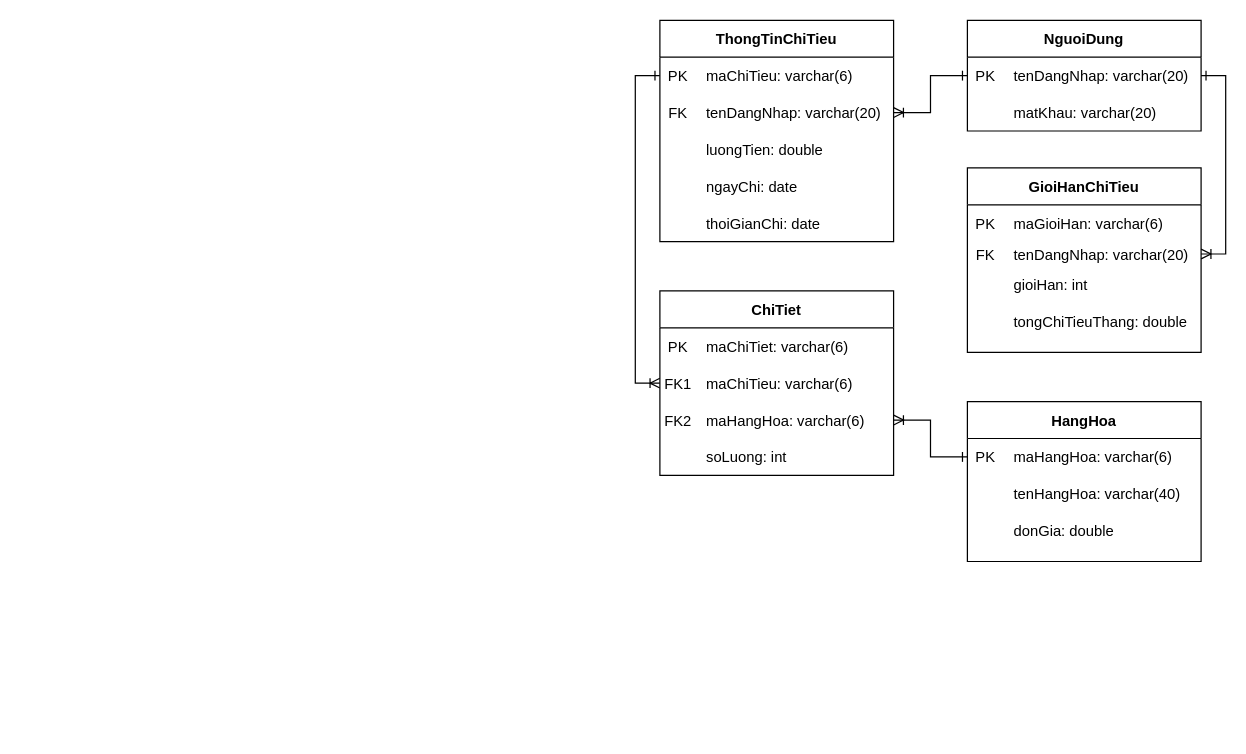
This is Diagrams/ERD.drawio from AkallHuynh/IS216.L21.HTCL-Java, a draw.io file, before an edit. Source tidied: cells renumbered, new cells numbered last; positions are measured from the earlier drawing's top-left corner, leaving out a move shared by most shapes. Both pictures are drawn from the tidied source at 123%, with x=0, y=0 at pixel (635, 20).
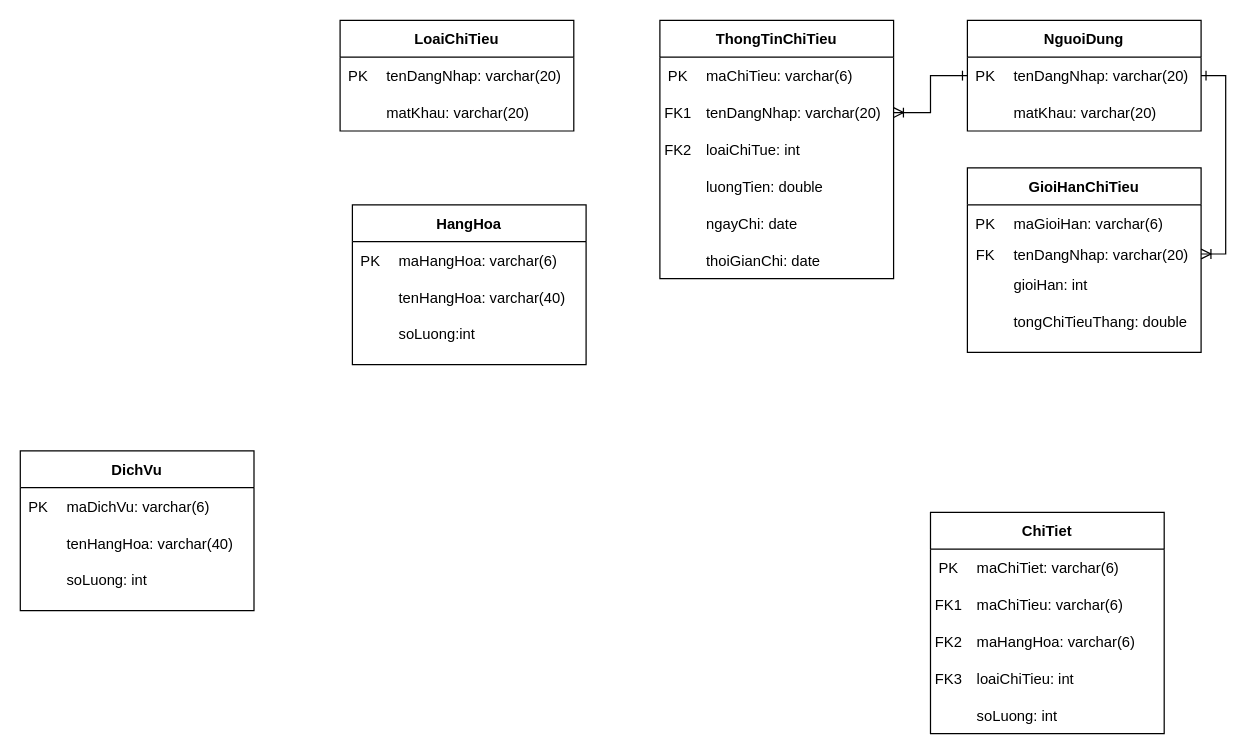
The same page after the edit.

Unchanged cells that the change refers to:
```xml
<mxCell id="5" style="shape=partialRectangle;fillColor=none;top=0;left=0;bottom=0;right=0;points=[[0,0.5],[1,0.5]];portConstraint=eastwest;" parent="4" vertex="1">
  <mxGeometry width="190" height="30" as="geometry" />
</mxCell>
<mxCell id="8" style="shape=partialRectangle;fillColor=none;top=0;left=0;bottom=0;right=0;points=[[0,0.5],[1,0.5]];portConstraint=eastwest;" parent="4" vertex="1">
  <mxGeometry y="30" width="190" height="30" as="geometry" />
</mxCell>
<mxCell id="37" style="shape=partialRectangle;fillColor=none;top=0;left=0;bottom=0;right=0;points=[[0,0.5],[1,0.5]];portConstraint=eastwest;" parent="36" vertex="1">
  <mxGeometry width="190" height="30" as="geometry" />
</mxCell>
<mxCell id="43" style="shape=partialRectangle;fillColor=none;top=0;left=0;bottom=0;right=0;" parent="36" vertex="1">
  <mxGeometry y="60" width="190" height="30" as="geometry" />
</mxCell>
<mxCell id="51" style="shape=partialRectangle;fillColor=none;top=0;left=0;bottom=0;right=0;points=[[0,0.5],[1,0.5]];portConstraint=eastwest;" parent="47" vertex="1">
  <mxGeometry y="30" width="190" height="30" as="geometry" />
</mxCell>
<mxCell id="54" style="shape=partialRectangle;fillColor=none;top=0;left=0;bottom=0;right=0;points=[[0,0.5],[1,0.5]];portConstraint=eastwest;" parent="47" vertex="1">
  <mxGeometry y="60" width="190" height="30" as="geometry" />
</mxCell>
<mxCell id="57" style="shape=partialRectangle;fillColor=none;top=0;left=0;bottom=0;right=0;" parent="47" vertex="1">
  <mxGeometry y="90" width="190" height="30" as="geometry" />
</mxCell>
```

What changed in the source:
```diff
@@
-    <mxCell id="2" style="edgeStyle=orthogonalEdgeStyle;rounded=0;jettySize=auto;html=1;endArrow=ERoneToMany;endFill=0;startArrow=ERone;startFill=0;entryX=0;entryY=0.5;entryDx=0;entryDy=0;" parent="1" edge="1" source="5" target="51">
-      <mxGeometry relative="1" as="geometry">
-        <Array as="points">
-          <mxPoint y="45" />
-          <mxPoint y="295" />
-        </Array>
-      </mxGeometry>
-    </mxCell>
     <mxCell id="3" value="ThongTinChiTieu" style="swimlane;fontStyle=1;horizontal=1;startSize=30;fillColor=#ffffff;swimlaneFillColor=#ffffff;" parent="1" vertex="1">
-      <mxGeometry x="20" width="190" height="180" as="geometry" />
+      <mxGeometry x="20" width="190" height="210" as="geometry" />
     </mxCell>
     <mxCell id="4" style="shape=table;startSize=0;childLayout=tableLayout;rowLines=0;fontStyle=0;align=center;strokeColor=none;fillColor=none;" parent="3" vertex="1">
-      <mxGeometry y="30" width="190" height="150" as="geometry" />
+      <mxGeometry y="30" width="190" height="180" as="geometry" />
     </mxCell>
@@
-    <mxCell id="9" value="FK" style="shape=partialRectangle;fillColor=none;top=0;left=0;bottom=0;right=0;overflow=hidden;" parent="8" vertex="1">
+    <mxCell id="9" value="FK1" style="shape=partialRectangle;fillColor=none;top=0;left=0;bottom=0;right=0;overflow=hidden;" parent="8" vertex="1">
       <mxGeometry width="30" height="30" as="geometry" />
     </mxCell>
@@
-    <mxCell id="11" style="shape=partialRectangle;fillColor=none;top=0;left=0;bottom=0;right=0;" parent="4" vertex="1">
-      <mxGeometry y="60" width="190" height="30" as="geometry" />
-    </mxCell>
-    <mxCell id="12" style="shape=partialRectangle;fillColor=none;top=0;left=0;bottom=0;right=0;overflow=hidden;" parent="11" vertex="1">
-      <mxGeometry width="30" height="30" as="geometry" />
-    </mxCell>
+    <mxCell id="70" style="shape=partialRectangle;fillColor=none;top=0;left=0;bottom=0;right=0;" parent="4" vertex="1">
+      <mxGeometry y="60" width="190" height="30" as="geometry" />
+    </mxCell>
+    <mxCell id="71" value="FK2" style="shape=partialRectangle;fillColor=none;top=0;left=0;bottom=0;right=0;overflow=hidden;" parent="70" vertex="1">
+      <mxGeometry width="30" height="30" as="geometry" />
+    </mxCell>
+    <mxCell id="72" value="loaiChiTue: int" style="shape=partialRectangle;fillColor=none;top=0;left=0;bottom=0;right=0;align=left;spacingLeft=6;overflow=hidden;" parent="70" vertex="1">
+      <mxGeometry x="30" width="160" height="30" as="geometry" />
+    </mxCell>
+    <mxCell id="73" style="shape=partialRectangle;fillColor=none;top=0;left=0;bottom=0;right=0;" parent="4" vertex="1">
+      <mxGeometry y="90" width="190" height="30" as="geometry" />
+    </mxCell>
+    <mxCell id="74" style="shape=partialRectangle;fillColor=none;top=0;left=0;bottom=0;right=0;overflow=hidden;" parent="73" vertex="1">
+      <mxGeometry width="30" height="30" as="geometry" />
+    </mxCell>
-    <mxCell id="13" value="luongTien: double" style="shape=partialRectangle;fillColor=none;top=0;left=0;bottom=0;right=0;align=left;spacingLeft=6;overflow=hidden;" parent="11" vertex="1">
+    <mxCell id="13" value="luongTien: double" style="shape=partialRectangle;fillColor=none;top=0;left=0;bottom=0;right=0;align=left;spacingLeft=6;overflow=hidden;" parent="73" vertex="1">
       <mxGeometry x="30" width="160" height="30" as="geometry" />
     </mxCell>
     <mxCell id="14" style="shape=partialRectangle;fillColor=none;top=0;left=0;bottom=0;right=0;" parent="4" vertex="1">
-      <mxGeometry y="90" width="190" height="30" as="geometry" />
+      <mxGeometry y="120" width="190" height="30" as="geometry" />
     </mxCell>
@@
     <mxCell id="17" style="shape=partialRectangle;fillColor=none;top=0;left=0;bottom=0;right=0;" parent="4" vertex="1">
-      <mxGeometry y="120" width="190" height="30" as="geometry" />
+      <mxGeometry y="150" width="190" height="30" as="geometry" />
     </mxCell>
@@
-    <mxCell id="34" style="edgeStyle=orthogonalEdgeStyle;rounded=0;jettySize=auto;html=1;endArrow=ERoneToMany;endFill=0;startArrow=ERone;startFill=0;entryX=1;entryY=0.5;entryDx=0;entryDy=0;exitX=0;exitY=0.5;exitDx=0;exitDy=0;" parent="1" edge="1" source="37" target="54">
-      <mxGeometry relative="1" as="geometry" />
-    </mxCell>
     <mxCell id="35" value="HangHoa" style="swimlane;fontStyle=1;horizontal=1;startSize=30;fillColor=#ffffff;swimlaneFillColor=#ffffff;" parent="1" vertex="1">
-      <mxGeometry x="270" y="310" width="190" height="130" as="geometry" />
+      <mxGeometry x="-230" y="150" width="190" height="130" as="geometry" />
     </mxCell>
@@
-    <mxCell id="45" value="donGia: double" style="shape=partialRectangle;fillColor=none;top=0;left=0;bottom=0;right=0;align=left;spacingLeft=6;overflow=hidden;" parent="43" vertex="1">
+    <mxCell id="45" value="soLuong:int " style="shape=partialRectangle;fillColor=none;top=0;left=0;bottom=0;right=0;align=left;spacingLeft=6;overflow=hidden;" parent="43" vertex="1">
       <mxGeometry x="30" width="160" height="30" as="geometry" />
     </mxCell>
     <mxCell id="46" value="ChiTiet" style="swimlane;fontStyle=1;horizontal=1;startSize=30;fillColor=#ffffff;swimlaneFillColor=#ffffff;" parent="1" vertex="1">
-      <mxGeometry x="20" y="220" width="190" height="150" as="geometry" />
+      <mxGeometry x="240" y="400" width="190" height="180" as="geometry" />
     </mxCell>
     <mxCell id="47" style="shape=table;startSize=0;childLayout=tableLayout;rowLines=0;fontStyle=0;align=center;strokeColor=none;fillColor=none;" parent="46" vertex="1">
-      <mxGeometry y="30" width="190" height="120" as="geometry" />
+      <mxGeometry y="30" width="190" height="150" as="geometry" />
     </mxCell>
@@
-    <mxCell id="58" style="shape=partialRectangle;fillColor=none;top=0;left=0;bottom=0;right=0;overflow=hidden;" parent="57" vertex="1">
+    <mxCell id="58" value="FK3" style="shape=partialRectangle;fillColor=none;top=0;left=0;bottom=0;right=0;overflow=hidden;" parent="57" vertex="1">
       <mxGeometry width="30" height="30" as="geometry" />
     </mxCell>
-    <mxCell id="59" value="soLuong: int" style="shape=partialRectangle;fillColor=none;top=0;left=0;bottom=0;right=0;align=left;spacingLeft=6;overflow=hidden;" parent="57" vertex="1">
+    <mxCell id="59" value="loaiChiTieu: int" style="shape=partialRectangle;fillColor=none;top=0;left=0;bottom=0;right=0;align=left;spacingLeft=6;overflow=hidden;" parent="57" vertex="1">
       <mxGeometry x="30" width="160" height="30" as="geometry" />
     </mxCell>
+    <mxCell id="75" style="shape=partialRectangle;fillColor=none;top=0;left=0;bottom=0;right=0;" parent="47" vertex="1">
+      <mxGeometry y="120" width="190" height="30" as="geometry" />
+    </mxCell>
+    <mxCell id="76" style="shape=partialRectangle;fillColor=none;top=0;left=0;bottom=0;right=0;overflow=hidden;" parent="75" vertex="1">
+      <mxGeometry width="30" height="30" as="geometry" />
+    </mxCell>
+    <mxCell id="77" value="soLuong: int" style="shape=partialRectangle;fillColor=none;top=0;left=0;bottom=0;right=0;align=left;spacingLeft=6;overflow=hidden;" parent="75" vertex="1">
+      <mxGeometry x="30" width="160" height="30" as="geometry" />
+    </mxCell>
@@
+    <mxCell id="78" value="DichVu" style="swimlane;fontStyle=1;horizontal=1;startSize=30;fillColor=#ffffff;swimlaneFillColor=#ffffff;" parent="1" vertex="1">
+      <mxGeometry x="-500" y="350" width="190" height="130" as="geometry" />
+    </mxCell>
+    <mxCell id="79" style="shape=table;startSize=0;childLayout=tableLayout;rowLines=0;fontStyle=0;align=center;strokeColor=none;fillColor=none;" parent="78" vertex="1">
+      <mxGeometry y="30" width="190" height="100" as="geometry" />
+    </mxCell>
+    <mxCell id="80" style="shape=partialRectangle;fillColor=none;top=0;left=0;bottom=0;right=0;" parent="79" vertex="1">
+      <mxGeometry width="190" height="30" as="geometry" />
+    </mxCell>
+    <mxCell id="81" value="PK" style="shape=partialRectangle;fillColor=none;top=0;left=0;bottom=0;right=0;overflow=hidden;" parent="80" vertex="1">
+      <mxGeometry width="30" height="30" as="geometry" />
+    </mxCell>
+    <mxCell id="82" value="maDichVu: varchar(6)" style="shape=partialRectangle;fillColor=none;top=0;left=0;bottom=0;right=0;align=left;spacingLeft=6;overflow=hidden;" parent="80" vertex="1">
+      <mxGeometry x="30" width="160" height="30" as="geometry" />
+    </mxCell>
+    <mxCell id="83" style="shape=partialRectangle;fillColor=none;top=0;left=0;bottom=0;right=0;" parent="79" vertex="1">
+      <mxGeometry y="30" width="190" height="30" as="geometry" />
+    </mxCell>
+    <mxCell id="84" style="shape=partialRectangle;fillColor=none;top=0;left=0;bottom=0;right=0;overflow=hidden;" parent="83" vertex="1">
+      <mxGeometry width="30" height="30" as="geometry" />
+    </mxCell>
+    <mxCell id="85" value="tenHangHoa: varchar(40)" style="shape=partialRectangle;fillColor=none;top=0;left=0;bottom=0;right=0;align=left;spacingLeft=6;overflow=hidden;" parent="83" vertex="1">
+      <mxGeometry x="30" width="160" height="30" as="geometry" />
+    </mxCell>
+    <mxCell id="86" style="shape=partialRectangle;fillColor=none;top=0;left=0;bottom=0;right=0;" parent="79" vertex="1">
+      <mxGeometry y="60" width="190" height="30" as="geometry" />
+    </mxCell>
+    <mxCell id="87" style="shape=partialRectangle;fillColor=none;top=0;left=0;bottom=0;right=0;overflow=hidden;" parent="86" vertex="1">
+      <mxGeometry width="30" height="30" as="geometry" />
+    </mxCell>
+    <mxCell id="88" value="soLuong: int" style="shape=partialRectangle;fillColor=none;top=0;left=0;bottom=0;right=0;align=left;spacingLeft=6;overflow=hidden;" parent="86" vertex="1">
+      <mxGeometry x="30" width="160" height="30" as="geometry" />
+    </mxCell>
+    <mxCell id="89" value="LoaiChiTieu" style="swimlane;fontStyle=1;horizontal=1;startSize=30;fillColor=#ffffff;swimlaneFillColor=#ffffff;" parent="1" vertex="1">
+      <mxGeometry x="-240" width="190" height="90" as="geometry" />
+    </mxCell>
+    <mxCell id="90" style="shape=table;startSize=0;childLayout=tableLayout;rowLines=0;fontStyle=0;align=center;strokeColor=none;fillColor=none;" parent="89" vertex="1">
+      <mxGeometry y="30" width="190" height="60" as="geometry" />
+    </mxCell>
+    <mxCell id="91" style="shape=partialRectangle;fillColor=none;top=0;left=0;bottom=0;right=0;" parent="90" vertex="1">
+      <mxGeometry width="190" height="30" as="geometry" />
+    </mxCell>
+    <mxCell id="92" value="PK" style="shape=partialRectangle;fillColor=none;top=0;left=0;bottom=0;right=0;overflow=hidden;" parent="91" vertex="1">
+      <mxGeometry width="30" height="30" as="geometry" />
+    </mxCell>
+    <mxCell id="93" value="tenDangNhap: varchar(20)" style="shape=partialRectangle;fillColor=none;top=0;left=0;bottom=0;right=0;align=left;spacingLeft=6;overflow=hidden;" parent="91" vertex="1">
+      <mxGeometry x="30" width="160" height="30" as="geometry" />
+    </mxCell>
+    <mxCell id="94" style="shape=partialRectangle;fillColor=none;top=0;left=0;bottom=0;right=0;" parent="90" vertex="1">
+      <mxGeometry y="30" width="190" height="30" as="geometry" />
+    </mxCell>
+    <mxCell id="95" style="shape=partialRectangle;fillColor=none;top=0;left=0;bottom=0;right=0;overflow=hidden;" parent="94" vertex="1">
+      <mxGeometry width="30" height="30" as="geometry" />
+    </mxCell>
+    <mxCell id="96" value="matKhau: varchar(20)" style="shape=partialRectangle;fillColor=none;top=0;left=0;bottom=0;right=0;align=left;spacingLeft=6;overflow=hidden;" parent="94" vertex="1">
+      <mxGeometry x="30" width="160" height="30" as="geometry" />
+    </mxCell>
```
